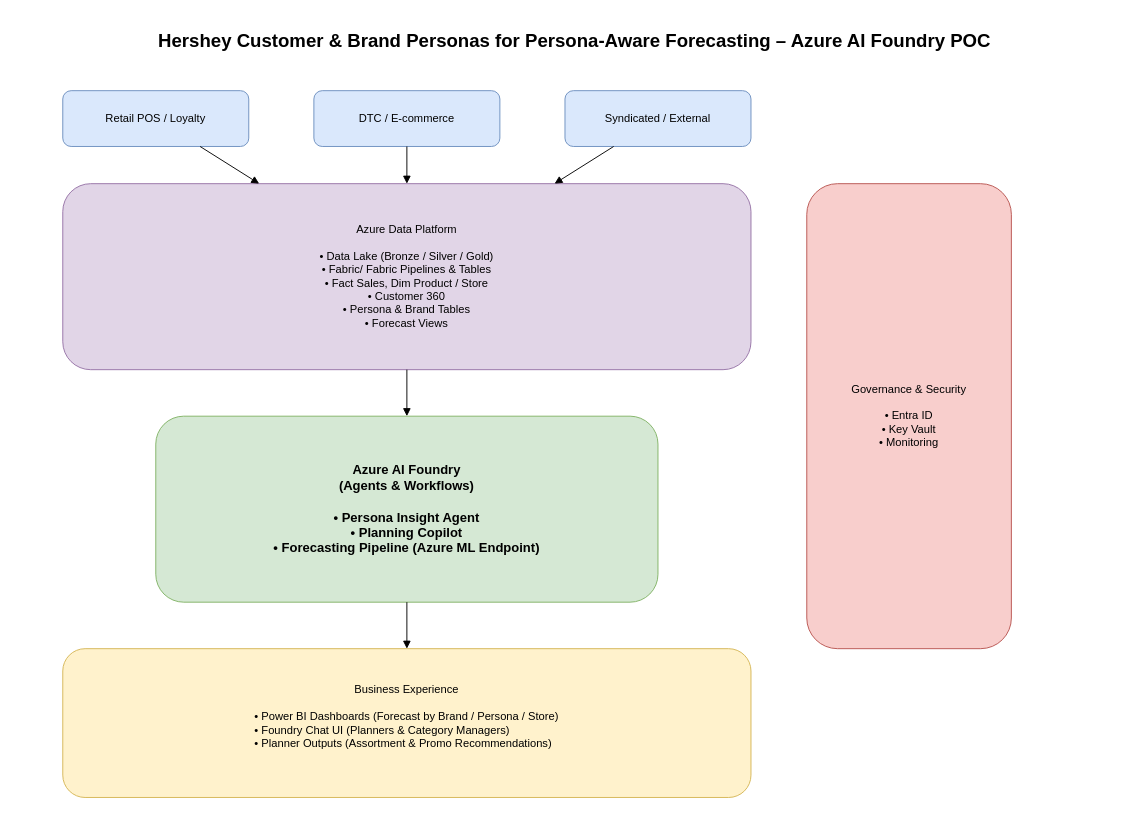
The draw.io diagram Hershey_Persona_forecasting.drawio in ashokdcosta/diagrams, before the edit. Source tidied: cells renumbered, new cells numbered last; positions are measured from the earlier drawing's top-left corner, leaving out a move shared by most shapes. Both pictures are drawn from the tidied source at 93%, with x=0, y=0 at pixel (16, 16). Pictures stored in the file or linked from it are replaced by grey dashed boxes.
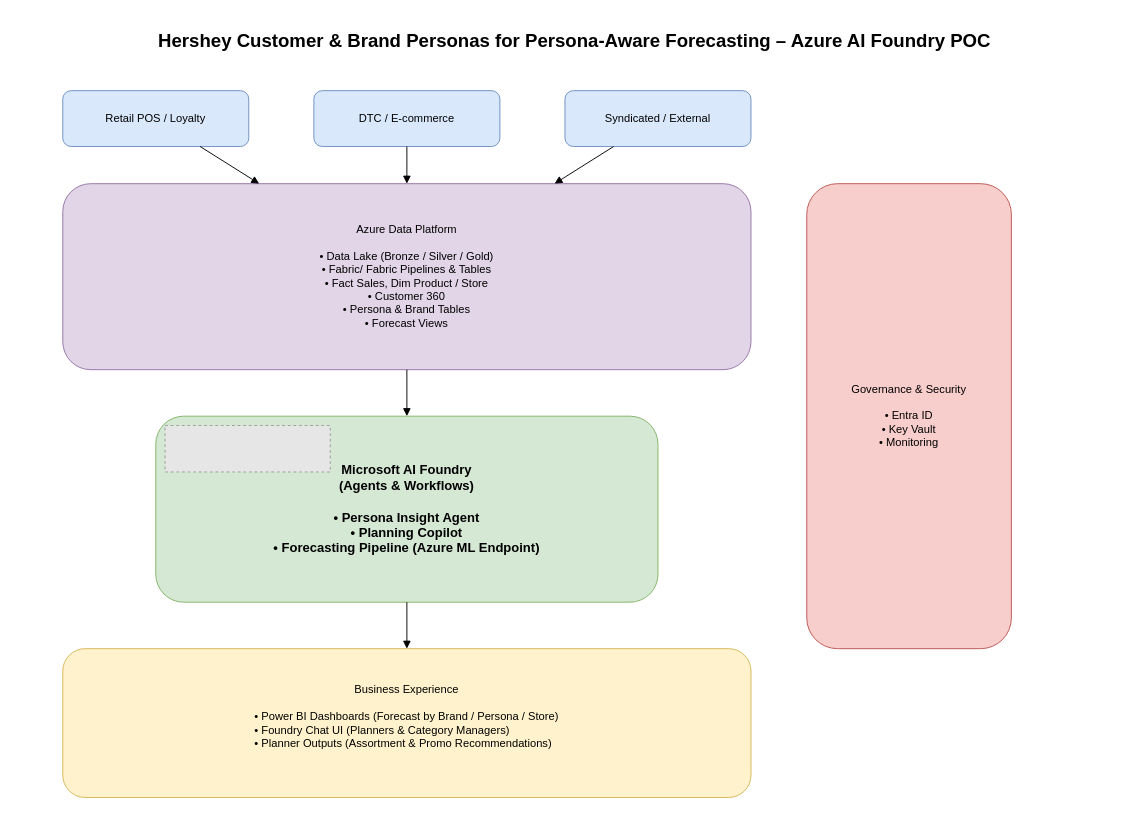
The same page after the edit.

Diff of the diagram source:
```diff
@@
 <mxGraphModel>
   <root>
     <mxCell id="0" />
     <mxCell id="1" parent="0" />
     <mxCell id="2" value="Hershey Customer &amp; Brand Personas for Persona‑Aware Forecasting – Azure AI Foundry POC" style="text;html=1;align=center;verticalAlign=middle;fontSize=20;fontStyle=1;" parent="1" vertex="1">
       <mxGeometry width="1200" height="50" as="geometry" />
     </mxCell>
     <mxCell id="3" value="Retail POS / Loyalty" style="rounded=1;whiteSpace=wrap;html=1;fillColor=#dae8fc;strokeColor=#6c8ebf;" parent="1" vertex="1">
       <mxGeometry x="50" y="80" width="200" height="60" as="geometry" />
     </mxCell>
     <mxCell id="4" value="DTC / E‑commerce" style="rounded=1;whiteSpace=wrap;html=1;fillColor=#dae8fc;strokeColor=#6c8ebf;" parent="1" vertex="1">
       <mxGeometry x="320" y="80" width="200" height="60" as="geometry" />
     </mxCell>
     <mxCell id="5" value="Syndicated / External" style="rounded=1;whiteSpace=wrap;html=1;fillColor=#dae8fc;strokeColor=#6c8ebf;" parent="1" vertex="1">
       <mxGeometry x="590" y="80" width="200" height="60" as="geometry" />
     </mxCell>
     <mxCell id="6" value="Azure Data Platform&lt;br&gt;&lt;br&gt;• Data Lake (Bronze / Silver / Gold)&lt;br&gt;• Fabric/ Fabric Pipelines &amp;amp; Tables&lt;br&gt;• Fact Sales, Dim Product / Store&lt;br&gt;• Customer 360&lt;br&gt;• Persona &amp;amp; Brand Tables&lt;br&gt;• Forecast Views" style="rounded=1;whiteSpace=wrap;html=1;fillColor=#e1d5e7;strokeColor=#9673a6;" parent="1" vertex="1">
       <mxGeometry x="50" y="180" width="740" height="200" as="geometry" />
     </mxCell>
-    <mxCell id="7" value="Azure AI Foundry&#10;(Agents &amp; Workflows)&#10;&#10;• Persona Insight Agent&#10;• Planning Copilot&#10;• Forecasting Pipeline (Azure ML Endpoint)" style="rounded=1;whiteSpace=wrap;html=1;fillColor=#d5e8d4;strokeColor=#82b366;fontSize=14;fontStyle=1;" parent="1" vertex="1">
+    <mxCell id="7" value="Microsoft AI Foundry&lt;br&gt;(Agents &amp;amp; Workflows)&lt;br&gt;&lt;br&gt;• Persona Insight Agent&lt;br&gt;• Planning Copilot&lt;br&gt;• Forecasting Pipeline (Azure ML Endpoint)" style="rounded=1;whiteSpace=wrap;html=1;fillColor=#d5e8d4;strokeColor=#82b366;fontSize=14;fontStyle=1;" parent="1" vertex="1">
       <mxGeometry x="150" y="430" width="540" height="200" as="geometry" />
     </mxCell>
     <mxCell id="8" value="&lt;div style=&quot;&quot;&gt;&lt;span style=&quot;background-color: transparent; color: light-dark(rgb(0, 0, 0), rgb(255, 255, 255));&quot;&gt;Business Experience&lt;/span&gt;&lt;/div&gt;&lt;div style=&quot;text-align: left;&quot;&gt;&lt;br&gt;&lt;/div&gt;&lt;div style=&quot;text-align: left;&quot;&gt;&lt;span style=&quot;background-color: transparent; color: light-dark(rgb(0, 0, 0), rgb(255, 255, 255));&quot;&gt;• Power BI Dashboards (Forecast by Brand / Persona / Store)&lt;/span&gt;&lt;/div&gt;&lt;div style=&quot;text-align: left;&quot;&gt;&lt;span style=&quot;background-color: transparent; color: light-dark(rgb(0, 0, 0), rgb(255, 255, 255));&quot;&gt;• Foundry Chat UI (Planners &amp;amp; Category Managers)&lt;/span&gt;&lt;/div&gt;&lt;div style=&quot;text-align: left;&quot;&gt;&lt;span style=&quot;background-color: transparent; color: light-dark(rgb(0, 0, 0), rgb(255, 255, 255));&quot;&gt;• Planner Outputs (Assortment &amp;amp; Promo Recommendations)&lt;/span&gt;&lt;/div&gt;&lt;div&gt;&lt;br&gt;&lt;/div&gt;" style="rounded=1;whiteSpace=wrap;html=1;fillColor=#fff2cc;strokeColor=#d6b656;" parent="1" vertex="1">
       <mxGeometry x="50" y="680" width="740" height="160" as="geometry" />
     </mxCell>
     <mxCell id="9" value="Governance &amp; Security&#10;&#10;• Entra ID&#10;• Key Vault&#10;• Monitoring" style="rounded=1;whiteSpace=wrap;html=1;fillColor=#f8cecc;strokeColor=#b85450;" parent="1" vertex="1">
       <mxGeometry x="850" y="180" width="220" height="500" as="geometry" />
     </mxCell>
     <mxCell id="10" style="endArrow=block;html=1;" parent="1" edge="1" source="3" target="6">
       <mxGeometry relative="1" as="geometry" />
     </mxCell>
     <mxCell id="11" style="endArrow=block;html=1;" parent="1" edge="1" source="4" target="6">
       <mxGeometry relative="1" as="geometry" />
     </mxCell>
     <mxCell id="12" style="endArrow=block;html=1;" parent="1" edge="1" source="5" target="6">
       <mxGeometry relative="1" as="geometry" />
     </mxCell>
     <mxCell id="13" style="endArrow=block;html=1;" parent="1" edge="1" source="6" target="7">
       <mxGeometry relative="1" as="geometry" />
     </mxCell>
     <mxCell id="14" style="endArrow=block;html=1;" parent="1" edge="1" source="7" target="8">
       <mxGeometry relative="1" as="geometry" />
     </mxCell>
+    <mxCell id="15" style="fillColor=#E6E6E6;strokeColor=#999999;dashed=1;verticalLabelPosition=bottom;labelBackgroundColor=default;verticalAlign=top;" parent="1" vertex="1">
+      <mxGeometry x="160" y="440" width="177.6" height="50" as="geometry" />
+    </mxCell>
   </root>
 </mxGraphModel>
```
